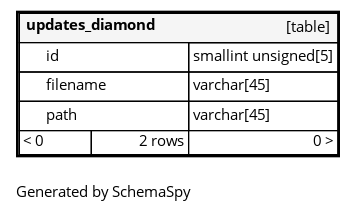
Earlier version of the Graphviz export diagrams/tables/updates_diamond.1degree.png (ta-forever/db). Its source is kept beside it as diagrams/tables/updates_diamond.1degree.dot.
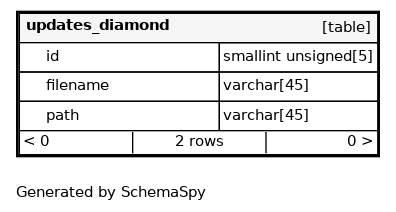
Later version of the same file.

The edit, as a diff of the source:
```diff
@@ -1,13 +1,13 @@
 digraph "oneDegreeRelationshipsDiagram" {
-  graph [    rankdir="RL"    bgcolor="#ffffff"    label="\nGenerated by SchemaSpy"    labeljust="l"    nodesep="0.18"    ranksep="0.46"    fontname="Helvetica"    fontsize="11"    ration="compress"  ];  node [    fontname="Helvetica"    fontsize="11"    shape="plaintext"  ];  edge [    arrowsize="0.8"  ];
+  graph [    rankdir="RL"    bgcolor="#ffffff"    label="\nGenerated by SchemaSpy"    labeljust="l"    nodesep="0.18"    ranksep="0.46"    fontname="Helvetica"    fontsize="11"    packmode="graph"  ];  node [    fontname="Helvetica"    fontsize="11"    shape="plaintext"  ];  edge [    arrowsize="0.8"  ];
   "updates_diamond" [
    label=<
     <TABLE BORDER="2" CELLBORDER="1" CELLSPACING="0" BGCOLOR="#ffffff">
-      <TR><TD COLSPAN="4"  BGCOLOR="#f5f5f5"><TABLE BORDER="0" CELLSPACING="0"><TR><TD ALIGN="LEFT" FIXEDSIZE="TRUE" WIDTH="106" HEIGHT="16"><B>updates_diamond</B></TD><TD ALIGN="RIGHT">[table]</TD></TR></TABLE></TD></TR>
-      <TR><TD PORT="id" COLSPAN="2" BGCOLOR="#ffffff" ALIGN="LEFT"><TABLE BORDER="0" CELLSPACING="0" ALIGN="LEFT"><TR ALIGN="LEFT"><TD ALIGN="LEFT" FIXEDSIZE="TRUE" WIDTH="15" HEIGHT="16"></TD><TD ALIGN="LEFT" FIXEDSIZE="TRUE" WIDTH="106" HEIGHT="16">id</TD></TR></TABLE></TD><TD PORT="id.type" ALIGN="LEFT">smallint unsigned[5]</TD></TR>
-      <TR><TD PORT="filename" COLSPAN="2" ALIGN="LEFT"><TABLE BORDER="0" CELLSPACING="0" ALIGN="LEFT"><TR ALIGN="LEFT"><TD ALIGN="LEFT" FIXEDSIZE="TRUE" WIDTH="15" HEIGHT="16"></TD><TD ALIGN="LEFT" FIXEDSIZE="TRUE" WIDTH="106" HEIGHT="16">filename</TD></TR></TABLE></TD><TD PORT="filename.type" ALIGN="LEFT">varchar[45]</TD></TR>
-      <TR><TD PORT="path" COLSPAN="2" ALIGN="LEFT"><TABLE BORDER="0" CELLSPACING="0" ALIGN="LEFT"><TR ALIGN="LEFT"><TD ALIGN="LEFT" FIXEDSIZE="TRUE" WIDTH="15" HEIGHT="16"></TD><TD ALIGN="LEFT" FIXEDSIZE="TRUE" WIDTH="106" HEIGHT="16">path</TD></TR></TABLE></TD><TD PORT="path.type" ALIGN="LEFT">varchar[45]</TD></TR>
-      <TR><TD ALIGN="LEFT" BGCOLOR="#ffffff">&lt; 0</TD><TD ALIGN="RIGHT" BGCOLOR="#ffffff">2 rows</TD><TD ALIGN="RIGHT" BGCOLOR="#ffffff">0 &gt;</TD></TR>
+      <TR><TD COLSPAN="4"  BGCOLOR="#f5f5f5"><TABLE BORDER="0" CELLSPACING="0"><TR><TD ALIGN="LEFT" FIXEDSIZE="TRUE" WIDTH="129" HEIGHT="16"><B>updates_diamond</B></TD><TD ALIGN="RIGHT">[table]</TD></TR></TABLE></TD></TR>
+      <TR><TD PORT="id" COLSPAN="2" BGCOLOR="#ffffff" ALIGN="LEFT"><TABLE BORDER="0" CELLSPACING="0" ALIGN="LEFT"><TR ALIGN="LEFT"><TD ALIGN="LEFT" FIXEDSIZE="TRUE" WIDTH="15" HEIGHT="16"></TD><TD ALIGN="LEFT" FIXEDSIZE="TRUE" WIDTH="129" HEIGHT="16">id</TD></TR></TABLE></TD><TD PORT="id.type" ALIGN="LEFT">smallint unsigned[5]</TD></TR>
+      <TR><TD PORT="filename" COLSPAN="2" ALIGN="LEFT"><TABLE BORDER="0" CELLSPACING="0" ALIGN="LEFT"><TR ALIGN="LEFT"><TD ALIGN="LEFT" FIXEDSIZE="TRUE" WIDTH="15" HEIGHT="16"></TD><TD ALIGN="LEFT" FIXEDSIZE="TRUE" WIDTH="129" HEIGHT="16">filename</TD></TR></TABLE></TD><TD PORT="filename.type" ALIGN="LEFT">varchar[45]</TD></TR>
+      <TR><TD PORT="path" COLSPAN="2" ALIGN="LEFT"><TABLE BORDER="0" CELLSPACING="0" ALIGN="LEFT"><TR ALIGN="LEFT"><TD ALIGN="LEFT" FIXEDSIZE="TRUE" WIDTH="15" HEIGHT="16"></TD><TD ALIGN="LEFT" FIXEDSIZE="TRUE" WIDTH="129" HEIGHT="16">path</TD></TR></TABLE></TD><TD PORT="path.type" ALIGN="LEFT">varchar[45]</TD></TR>
+      <TR><TD ALIGN="LEFT" CELLPADDING="0" BGCOLOR="#ffffff" COLSPAN="4" ><TABLE BORDER="0" CELLBORDER="0" CELLSPACING="0"><TR><TD ALIGN="LEFT" BGCOLOR="#ffffff">&lt; 0</TD><VR/><TD ALIGN="CENTER" BGCOLOR="#ffffff">2 rows</TD><VR/><TD ALIGN="RIGHT" BGCOLOR="#ffffff">0 &gt;</TD></TR></TABLE></TD></TR>
     </TABLE>>
     URL="updates_diamond.html"
     target="_top"
```
